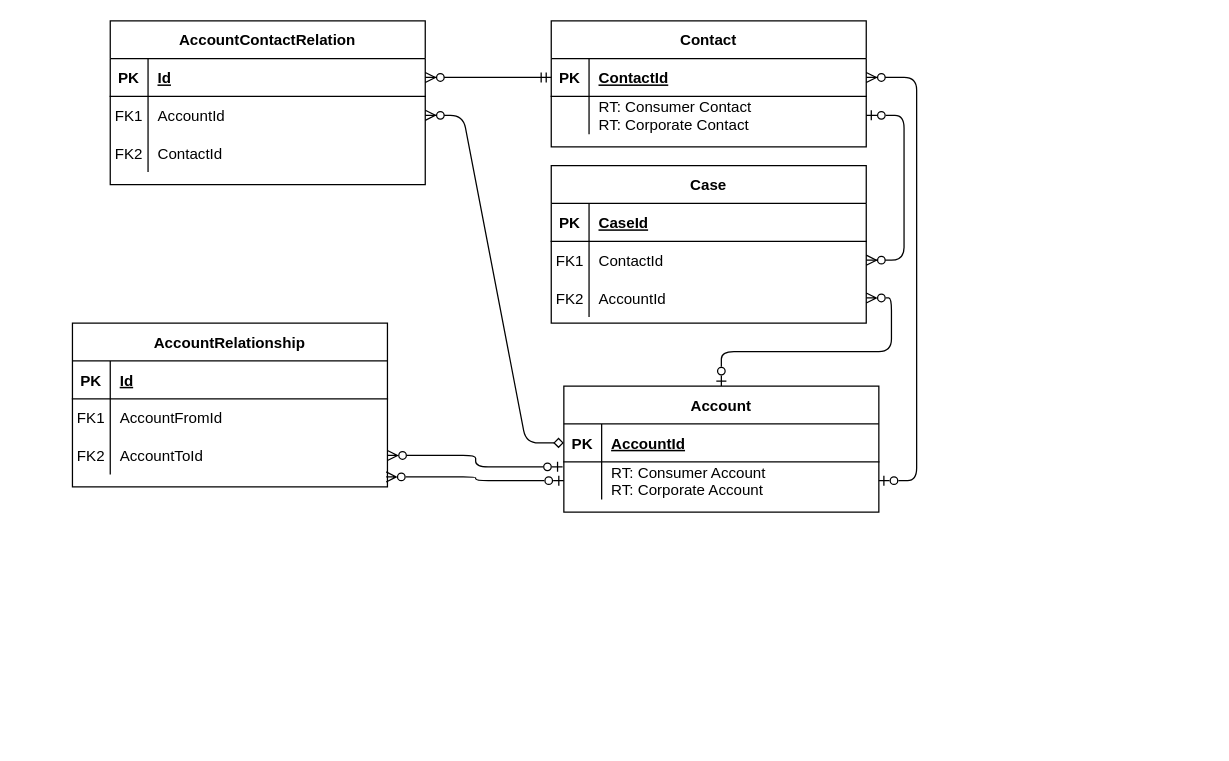
Earlier version of the draw.io diagram page "Sales-Service" (1 of 2) of sales_service_datamodels.drawio (sivanandjothy/arkangel). Source tidied: cells renumbered, new cells numbered last; positions are measured from the earlier drawing's top-left corner, leaving out a move shared by most shapes. Both pictures are drawn from the tidied source at 126%, with x=0, y=0 at pixel (72, 20).
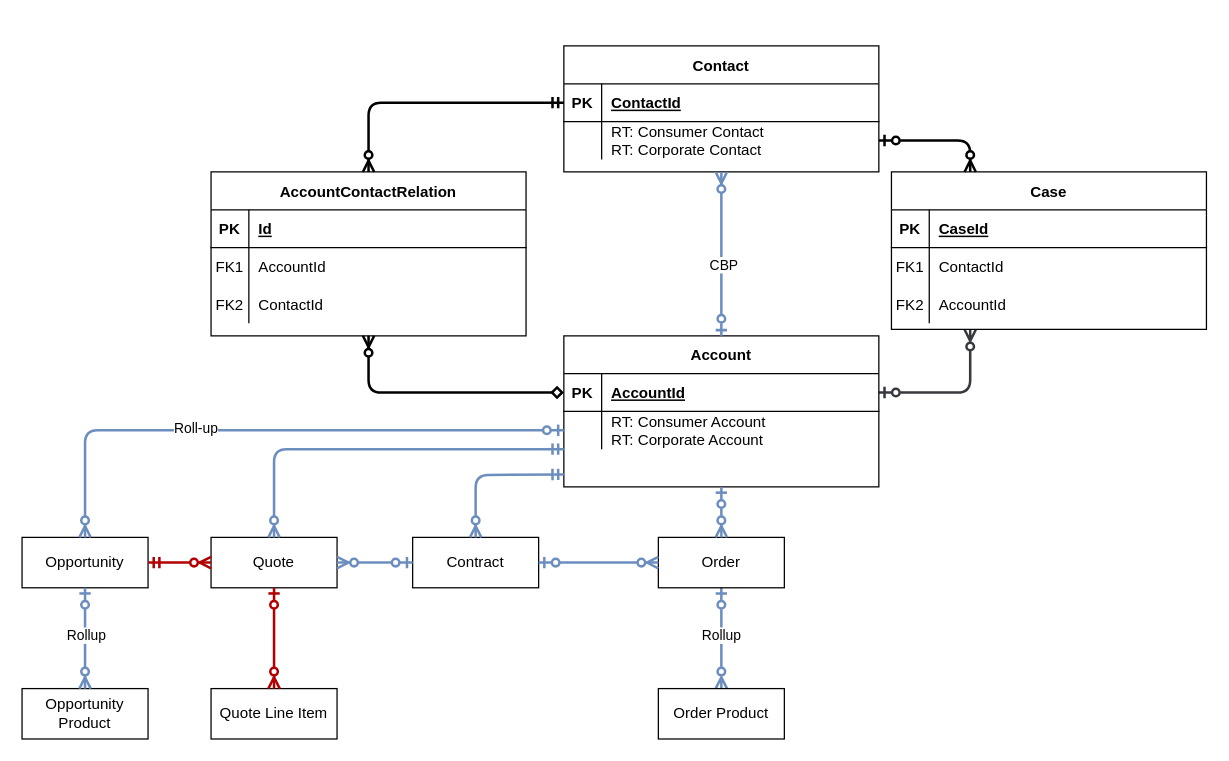
The same diagram, later.

Unchanged cells that the change refers to:
```xml
<mxCell id="5" style="shape=partialRectangle;fillColor=none;points=[[0,0.5],[1,0.5]];portConstraint=eastwest;top=0;left=0;right=0;bottom=1;" parent="4" vertex="1">
  <mxGeometry y="30" width="250" height="30" as="geometry" />
</mxCell>
<mxCell id="8" style="shape=partialRectangle;fillColor=none;points=[[0,0.5],[1,0.5]];portConstraint=eastwest;top=0;left=0;right=0;bottom=0;" parent="4" vertex="1">
  <mxGeometry y="60" width="250" height="30" as="geometry" />
</mxCell>
<mxCell id="12" style="shape=partialRectangle;fillColor=none;points=[[0,0.5],[1,0.5]];portConstraint=eastwest;top=0;left=0;right=0;bottom=1;" parent="11" vertex="1">
  <mxGeometry y="30" width="250" height="30" as="geometry" />
</mxCell>
<mxCell id="15" style="shape=partialRectangle;fillColor=none;points=[[0,0.5],[1,0.5]];portConstraint=eastwest;top=0;left=0;right=0;bottom=0;" parent="11" vertex="1">
  <mxGeometry y="60" width="250" height="30" as="geometry" />
</mxCell>
<mxCell id="22" style="shape=partialRectangle;fillColor=none;points=[[0,0.5],[1,0.5]];portConstraint=eastwest;top=0;left=0;right=0;bottom=1;" parent="21" vertex="1">
  <mxGeometry y="30" width="250" height="30" as="geometry" />
</mxCell>
<mxCell id="25" style="shape=partialRectangle;fillColor=none;points=[[0,0.5],[1,0.5]];portConstraint=eastwest;top=0;left=0;right=0;bottom=0;" parent="21" vertex="1">
  <mxGeometry y="60" width="250" height="30" as="geometry" />
</mxCell>
<mxCell id="33" style="shape=partialRectangle;fillColor=none;points=[[0,0.5],[1,0.5]];portConstraint=eastwest;top=0;left=0;right=0;bottom=0;" parent="29" vertex="1">
  <mxGeometry y="60" width="250" height="30" as="geometry" />
</mxCell>
<mxCell id="36" style="shape=partialRectangle;fillColor=none;points=[[0,0.5],[1,0.5]];portConstraint=eastwest;top=0;left=0;right=0;bottom=0;" parent="29" vertex="1">
  <mxGeometry y="90" width="250" height="30" as="geometry" />
</mxCell>
```

Change to the diagram source:
```diff
@@
-    <mxCell id="2" style="edgeStyle=entityRelationEdgeStyle;endArrow=ERzeroToMany;startArrow=diamond;endFill=1;startFill=0;exitX=0;exitY=0.5;exitDx=0;exitDy=0;" parent="1" edge="1" source="5" target="15">
+    <mxCell id="2" style="endArrow=ERzeroToMany;startArrow=diamond;endFill=1;startFill=0;exitX=0;exitY=0.5;exitDx=0;exitDy=0;edgeStyle=orthogonalEdgeStyle;entryX=0.5;entryY=1;entryDx=0;entryDy=0;strokeWidth=2;" parent="1" edge="1" source="5" target="11">
       <mxGeometry relative="1" as="geometry" />
     </mxCell>
-    <mxCell id="3" style="edgeStyle=orthogonalEdgeStyle;rounded=1;jumpStyle=arc;jettySize=auto;html=1;strokeColor=default;endArrow=ERzeroToMany;endFill=0;startArrow=ERzeroToOne;startFill=0;" parent="1" edge="1" source="4" target="36">
+    <mxCell id="3" style="rounded=1;jumpStyle=arc;jettySize=auto;html=1;strokeColor=#36393d;endArrow=ERzeroToMany;endFill=0;startArrow=ERzeroToOne;startFill=0;entryX=0.25;entryY=1;entryDx=0;entryDy=0;edgeStyle=orthogonalEdgeStyle;exitX=1;exitY=0.5;exitDx=0;exitDy=0;strokeWidth=2;fillColor=#cce5ff;" parent="1" edge="1" source="5" target="29">
       <mxGeometry relative="1" as="geometry" />
     </mxCell>
     <mxCell id="4" value="Account" style="shape=table;startSize=30;childLayout=tableLayout;rowLines=0;fontStyle=1;align=center;" parent="1" vertex="1">
-      <mxGeometry x="390" y="290" width="250" height="100" as="geometry" />
+      <mxGeometry x="390" y="250" width="250" height="120" as="geometry" />
     </mxCell>
@@
     <mxCell id="11" value="AccountContactRelation" style="shape=table;startSize=30;childLayout=tableLayout;rowLines=0;fontStyle=1;align=center;" parent="1" vertex="1">
-      <mxGeometry x="30" width="250" height="130" as="geometry" />
+      <mxGeometry x="110" y="120" width="250" height="130" as="geometry" />
     </mxCell>
@@
     <mxCell id="21" value="Contact" style="shape=table;startSize=30;childLayout=tableLayout;rowLines=0;fontStyle=1;align=center;" parent="1" vertex="1">
-      <mxGeometry x="380" width="250" height="100" as="geometry" />
+      <mxGeometry x="390" y="20" width="250" height="100" as="geometry" />
     </mxCell>
@@
-    <mxCell id="28" style="edgeStyle=entityRelationEdgeStyle;endArrow=ERzeroToMany;startArrow=ERmandOne;endFill=1;startFill=0;entryX=1;entryY=0.5;entryDx=0;entryDy=0;exitX=0;exitY=0.5;exitDx=0;exitDy=0;" parent="1" edge="1" source="22" target="12">
+    <mxCell id="28" style="endArrow=ERzeroToMany;startArrow=ERmandOne;endFill=1;startFill=0;entryX=0.5;entryY=0;entryDx=0;entryDy=0;exitX=0;exitY=0.5;exitDx=0;exitDy=0;edgeStyle=orthogonalEdgeStyle;strokeWidth=2;" parent="1" edge="1" source="22" target="11">
       <mxGeometry relative="1" as="geometry" />
     </mxCell>
     <mxCell id="29" value="Case" style="shape=table;startSize=30;childLayout=tableLayout;rowLines=0;fontStyle=1;align=center;" parent="1" vertex="1">
-      <mxGeometry x="380" y="115" width="250" height="125" as="geometry" />
+      <mxGeometry x="650" y="120" width="250" height="125" as="geometry" />
     </mxCell>
@@
-    <mxCell id="39" style="edgeStyle=entityRelationEdgeStyle;endArrow=ERzeroToMany;startArrow=ERzeroToOne;endFill=1;startFill=0;" parent="1" edge="1" target="22">
-      <mxGeometry relative="1" as="geometry">
-        <mxPoint x="640" y="365" as="sourcePoint" />
-      </mxGeometry>
+    <mxCell id="39" style="endArrow=ERzeroToMany;startArrow=ERzeroToOne;endFill=1;startFill=0;exitX=0.5;exitY=0;exitDx=0;exitDy=0;entryX=0.5;entryY=1;entryDx=0;entryDy=0;fillColor=#dae8fc;gradientColor=#7ea6e0;strokeColor=#6c8ebf;strokeWidth=2;" parent="1" edge="1" source="4" target="21">
+      <mxGeometry relative="1" as="geometry" />
     </mxCell>
-    <mxCell id="40" value="AccountRelationship" style="shape=table;startSize=30;childLayout=tableLayout;rowLines=0;fontStyle=1;align=center;" parent="1" vertex="1">
-      <mxGeometry y="240" width="250" height="130" as="geometry" />
-    </mxCell>
-    <mxCell id="41" style="shape=partialRectangle;fillColor=none;top=0;left=0;right=0;bottom=1;" parent="40" vertex="1">
-      <mxGeometry y="30" width="250" height="30" as="geometry" />
-    </mxCell>
-    <mxCell id="42" value="PK" style="shape=partialRectangle;overflow=hidden;fillColor=none;top=0;left=0;bottom=0;right=0;fontStyle=1;" parent="41" vertex="1">
-      <mxGeometry width="30" height="30" as="geometry" />
-    </mxCell>
-    <mxCell id="43" value="Id" style="shape=partialRectangle;overflow=hidden;fillColor=none;top=0;left=0;bottom=0;right=0;align=left;spacingLeft=6;fontStyle=5;" parent="41" vertex="1">
-      <mxGeometry x="30" width="220" height="30" as="geometry" />
-    </mxCell>
-    <mxCell id="44" style="shape=partialRectangle;fillColor=none;top=0;left=0;right=0;bottom=0;" parent="40" vertex="1">
-      <mxGeometry y="60" width="250" height="30" as="geometry" />
-    </mxCell>
-    <mxCell id="45" value="FK1" style="shape=partialRectangle;overflow=hidden;fillColor=none;top=0;left=0;bottom=0;right=0;" parent="44" vertex="1">
-      <mxGeometry width="30" height="30" as="geometry" />
-    </mxCell>
-    <mxCell id="46" value="AccountFromId" style="shape=partialRectangle;overflow=hidden;fillColor=none;top=0;left=0;bottom=0;right=0;align=left;spacingLeft=6;" parent="44" vertex="1">
-      <mxGeometry x="30" width="220" height="30" as="geometry" />
-    </mxCell>
-    <mxCell id="47" style="shape=partialRectangle;fillColor=none;points=[[0,0.5],[1,0.5]];portConstraint=eastwest;top=0;left=0;right=0;bottom=0;" parent="40" vertex="1">
-      <mxGeometry y="90" width="250" height="30" as="geometry" />
-    </mxCell>
-    <mxCell id="48" value="FK2" style="shape=partialRectangle;overflow=hidden;fillColor=none;top=0;left=0;bottom=0;right=0;" parent="47" vertex="1">
-      <mxGeometry width="30" height="30" as="geometry" />
-    </mxCell>
-    <mxCell id="49" value="AccountToId" style="shape=partialRectangle;overflow=hidden;fillColor=none;top=0;left=0;bottom=0;right=0;align=left;spacingLeft=6;" parent="47" vertex="1">
-      <mxGeometry x="30" width="220" height="30" as="geometry" />
-    </mxCell>
+    <mxCell id="53" value="CBP" style="edgeLabel;html=1;align=center;verticalAlign=middle;" parent="39" vertex="1">
+      <mxGeometry x="-0.12" y="-1" relative="1" as="geometry" />
+    </mxCell>
-    <mxCell id="50" style="edgeStyle=entityRelationEdgeStyle;endArrow=ERzeroToMany;startArrow=ERzeroToOne;endFill=1;startFill=0;rounded=1;strokeColor=default;entryX=1;entryY=0.5;entryDx=0;entryDy=0;jumpStyle=arc;" parent="1" edge="1" source="25" target="33">
+    <mxCell id="50" style="endArrow=ERzeroToMany;startArrow=ERzeroToOne;endFill=1;startFill=0;rounded=1;strokeColor=default;jumpStyle=arc;exitX=1;exitY=0.5;exitDx=0;exitDy=0;entryX=0.25;entryY=0;entryDx=0;entryDy=0;edgeStyle=orthogonalEdgeStyle;strokeWidth=2;" parent="1" edge="1" source="25" target="29">
       <mxGeometry relative="1" as="geometry" />
     </mxCell>
-    <mxCell id="51" style="edgeStyle=orthogonalEdgeStyle;rounded=1;jumpStyle=arc;jettySize=auto;html=1;strokeColor=default;startArrow=ERzeroToOne;startFill=0;endArrow=ERzeroToMany;endFill=0;exitX=-0.004;exitY=0.133;exitDx=0;exitDy=0;exitPerimeter=0;" parent="1" edge="1" source="8" target="47">
-      <mxGeometry relative="1" as="geometry" />
-    </mxCell>
-    <mxCell id="52" style="edgeStyle=orthogonalEdgeStyle;rounded=1;jumpStyle=arc;jettySize=auto;html=1;strokeColor=default;startArrow=ERzeroToOne;startFill=0;endArrow=ERzeroToMany;endFill=0;entryX=0.996;entryY=1.067;entryDx=0;entryDy=0;entryPerimeter=0;exitX=0;exitY=0.5;exitDx=0;exitDy=0;" parent="1" edge="1" source="8" target="47">
-      <mxGeometry relative="1" as="geometry" />
-    </mxCell>
+    <mxCell id="54" value="Opportunity" style="whiteSpace=wrap;html=1;align=center;" parent="1" vertex="1">
+      <mxGeometry x="-40" y="410" width="100" height="40" as="geometry" />
+    </mxCell>
+    <mxCell id="55" value="Opportunity Product" style="whiteSpace=wrap;html=1;align=center;" parent="1" vertex="1">
+      <mxGeometry x="-40" y="530" width="100" height="40" as="geometry" />
+    </mxCell>
+    <mxCell id="56" style="edgeStyle=orthogonalEdgeStyle;fontSize=12;html=1;endArrow=ERzeroToMany;startArrow=ERzeroToOne;rounded=1;strokeColor=#6c8ebf;jumpStyle=arc;orthogonal=0;snapToPoint=0;entryX=0.5;entryY=0;entryDx=0;entryDy=0;exitX=0;exitY=0.5;exitDx=0;exitDy=0;fillColor=#dae8fc;gradientColor=#7ea6e0;strokeWidth=2;" parent="1" edge="1" source="8" target="54">
+      <mxGeometry x="-0.93" relative="1" as="geometry" />
+    </mxCell>
+    <mxCell id="57" value="Roll-up" style="edgeLabel;html=1;align=center;verticalAlign=middle;" parent="56" vertex="1">
+      <mxGeometry x="0.26" y="-2" relative="1" as="geometry" />
+    </mxCell>
+    <mxCell id="58" style="fontSize=12;html=1;endArrow=ERzeroToMany;startArrow=ERzeroToOne;rounded=1;strokeColor=#6c8ebf;jumpStyle=arc;orthogonal=0;snapToPoint=0;exitX=0.5;exitY=1;exitDx=0;exitDy=0;entryX=0.5;entryY=0;entryDx=0;entryDy=0;fillColor=#dae8fc;gradientColor=#7ea6e0;strokeWidth=2;" parent="1" edge="1" source="54" target="55">
+      <mxGeometry x="-0.93" relative="1" as="geometry" />
+    </mxCell>
+    <mxCell id="59" value="Rollup" style="edgeLabel;html=1;align=center;verticalAlign=middle;" parent="58" vertex="1">
+      <mxGeometry x="-0.07" relative="1" as="geometry" />
+    </mxCell>
+    <mxCell id="60" value="Quote" style="whiteSpace=wrap;html=1;align=center;" parent="1" vertex="1">
+      <mxGeometry x="110" y="410" width="100" height="40" as="geometry" />
+    </mxCell>
+    <mxCell id="61" value="Quote Line Item" style="whiteSpace=wrap;html=1;align=center;" parent="1" vertex="1">
+      <mxGeometry x="110" y="530" width="100" height="40" as="geometry" />
+    </mxCell>
+    <mxCell id="62" style="fontSize=12;html=1;endArrow=ERzeroToMany;startArrow=ERzeroToOne;rounded=1;strokeColor=#B20000;jumpStyle=arc;orthogonal=0;snapToPoint=0;exitX=0.5;exitY=1;exitDx=0;exitDy=0;entryX=0.5;entryY=0;entryDx=0;entryDy=0;fillColor=#e51400;strokeWidth=2;" parent="1" edge="1" source="60" target="61">
+      <mxGeometry x="-0.93" relative="1" as="geometry" />
+    </mxCell>
+    <mxCell id="63" style="edgeStyle=orthogonalEdgeStyle;fontSize=12;html=1;endArrow=ERzeroToMany;startArrow=ERmandOne;rounded=1;strokeColor=#6c8ebf;jumpStyle=arc;orthogonal=0;snapToPoint=0;entryX=0.5;entryY=0;entryDx=0;entryDy=0;exitX=0;exitY=0.75;exitDx=0;exitDy=0;startFill=0;fillColor=#dae8fc;gradientColor=#7ea6e0;strokeWidth=2;" parent="1" edge="1" source="4" target="60">
+      <mxGeometry x="-0.93" relative="1" as="geometry" />
+    </mxCell>
+    <mxCell id="64" style="fontSize=12;html=1;endArrow=ERzeroToMany;startArrow=ERmandOne;rounded=1;strokeColor=#B20000;jumpStyle=arc;orthogonal=0;snapToPoint=0;entryX=0;entryY=0.5;entryDx=0;entryDy=0;exitX=1;exitY=0.5;exitDx=0;exitDy=0;startFill=0;fillColor=#e51400;strokeWidth=2;" parent="1" edge="1" source="54" target="60">
+      <mxGeometry x="-0.93" relative="1" as="geometry" />
+    </mxCell>
+    <mxCell id="65" value="Contract" style="whiteSpace=wrap;html=1;align=center;" parent="1" vertex="1">
+      <mxGeometry x="270" y="410" width="100" height="40" as="geometry" />
+    </mxCell>
+    <mxCell id="66" style="edgeStyle=orthogonalEdgeStyle;rounded=1;jumpStyle=arc;jettySize=auto;html=1;strokeColor=#6c8ebf;strokeWidth=2;startArrow=ERzeroToOne;startFill=0;endArrow=ERzeroToMany;endFill=0;fontSize=12;fillColor=#dae8fc;gradientColor=#7ea6e0;" parent="1" edge="1" source="68" target="69">
+      <mxGeometry relative="1" as="geometry" />
+    </mxCell>
+    <mxCell id="67" value="Rollup" style="edgeLabel;html=1;align=center;verticalAlign=middle;" parent="66" vertex="1">
+      <mxGeometry x="-0.07" y="-1" relative="1" as="geometry" />
+    </mxCell>
+    <mxCell id="68" value="Order" style="whiteSpace=wrap;html=1;align=center;" parent="1" vertex="1">
+      <mxGeometry x="465" y="410" width="100" height="40" as="geometry" />
+    </mxCell>
+    <mxCell id="69" value="Order Product" style="whiteSpace=wrap;html=1;align=center;" parent="1" vertex="1">
+      <mxGeometry x="465" y="530" width="100" height="40" as="geometry" />
+    </mxCell>
+    <mxCell id="70" style="edgeStyle=orthogonalEdgeStyle;fontSize=12;html=1;endArrow=ERzeroToMany;startArrow=ERmandOne;rounded=1;strokeColor=#6c8ebf;jumpStyle=arc;orthogonal=0;snapToPoint=0;entryX=0.5;entryY=0;entryDx=0;entryDy=0;startFill=0;fillColor=#dae8fc;gradientColor=#7ea6e0;strokeWidth=2;" parent="1" edge="1" target="65">
+      <mxGeometry x="-0.93" relative="1" as="geometry">
+        <mxPoint x="390" y="360" as="sourcePoint" />
+      </mxGeometry>
+    </mxCell>
+    <mxCell id="71" style="fontSize=12;html=1;endArrow=ERzeroToMany;startArrow=ERzeroToOne;rounded=1;strokeColor=#6c8ebf;jumpStyle=arc;orthogonal=0;snapToPoint=0;exitX=0;exitY=0.5;exitDx=0;exitDy=0;entryX=1;entryY=0.5;entryDx=0;entryDy=0;fillColor=#dae8fc;gradientColor=#7ea6e0;strokeWidth=2;" parent="1" edge="1" source="65" target="60">
+      <mxGeometry x="-0.93" relative="1" as="geometry" />
+    </mxCell>
+    <mxCell id="72" style="fontSize=12;html=1;endArrow=ERzeroToMany;startArrow=ERzeroToOne;rounded=1;strokeColor=#6c8ebf;jumpStyle=arc;orthogonal=0;snapToPoint=0;exitX=1;exitY=0.5;exitDx=0;exitDy=0;entryX=0;entryY=0.5;entryDx=0;entryDy=0;fillColor=#dae8fc;gradientColor=#7ea6e0;strokeWidth=2;" parent="1" edge="1" source="65" target="68">
+      <mxGeometry x="-0.93" relative="1" as="geometry" />
+    </mxCell>
+    <mxCell id="73" style="fontSize=12;html=1;endArrow=ERzeroToMany;startArrow=ERzeroToOne;rounded=1;strokeColor=#6c8ebf;jumpStyle=arc;orthogonal=0;snapToPoint=0;entryX=0.5;entryY=0;entryDx=0;entryDy=0;fillColor=#dae8fc;gradientColor=#7ea6e0;strokeWidth=2;exitX=0.5;exitY=1;exitDx=0;exitDy=0;" parent="1" edge="1" source="4" target="68">
+      <mxGeometry x="-0.93" relative="1" as="geometry" />
+    </mxCell>
```
